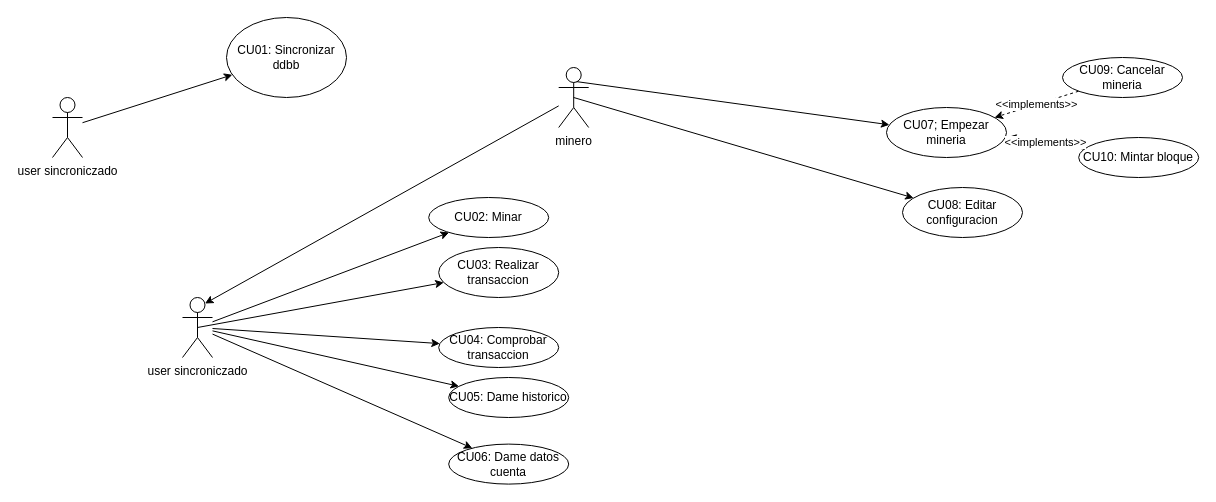
The draw.io diagram documentacion/draw/tfm/DCU.drawio in jeromflo/sparrow-coin, before the edit. Source tidied: cells renumbered, new cells numbered last; positions are measured from the earlier drawing's top-left corner, leaving out a move shared by most shapes. Both pictures are drawn from the tidied source at 100%, with x=0, y=0 at pixel (52, 17).
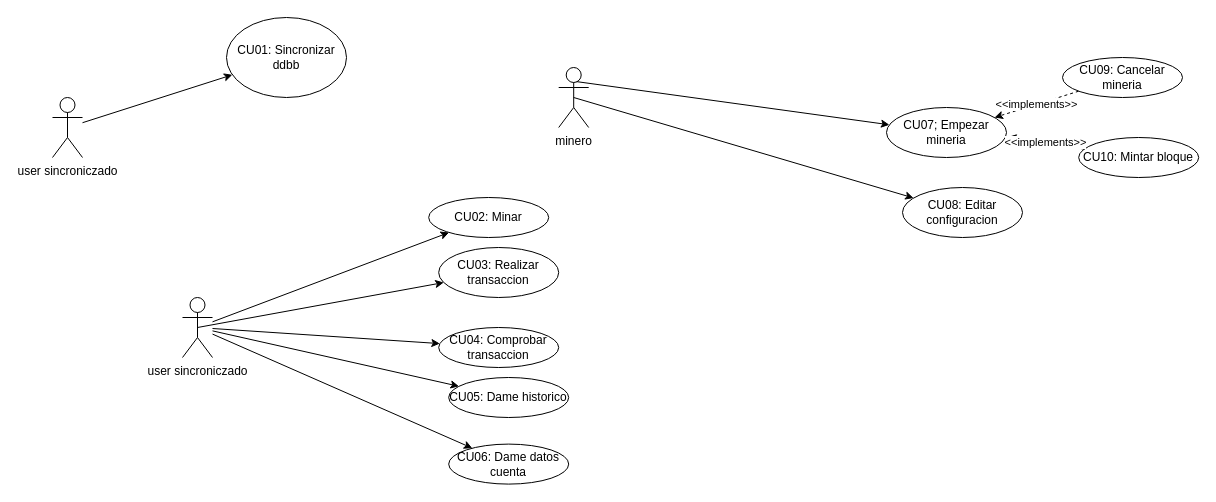
Above is the later version.

The change refers to these unchanged cells:
```xml
<mxCell id="2" value="user sincroniczado" style="shape=umlActor;verticalLabelPosition=bottom;verticalAlign=top;html=1;outlineConnect=0;" parent="1" vertex="1">
  <mxGeometry x="130" y="280" width="30" height="60" as="geometry" />
</mxCell>
<mxCell id="13" value="minero" style="shape=umlActor;verticalLabelPosition=bottom;verticalAlign=top;html=1;outlineConnect=0;" parent="1" vertex="1">
  <mxGeometry x="506.2" y="50" width="30" height="60" as="geometry" />
</mxCell>
```

The edit, as a diff of the source:
```diff
@@
-    <mxCell id="25" style="endArrow=classic;html=1;rounded=0;entryX=0.75;entryY=0.1;entryDx=0;entryDy=0;entryPerimeter=0;" parent="1" edge="1" source="13" target="2">
-      <mxGeometry relative="1" as="geometry" />
-    </mxCell>
```
